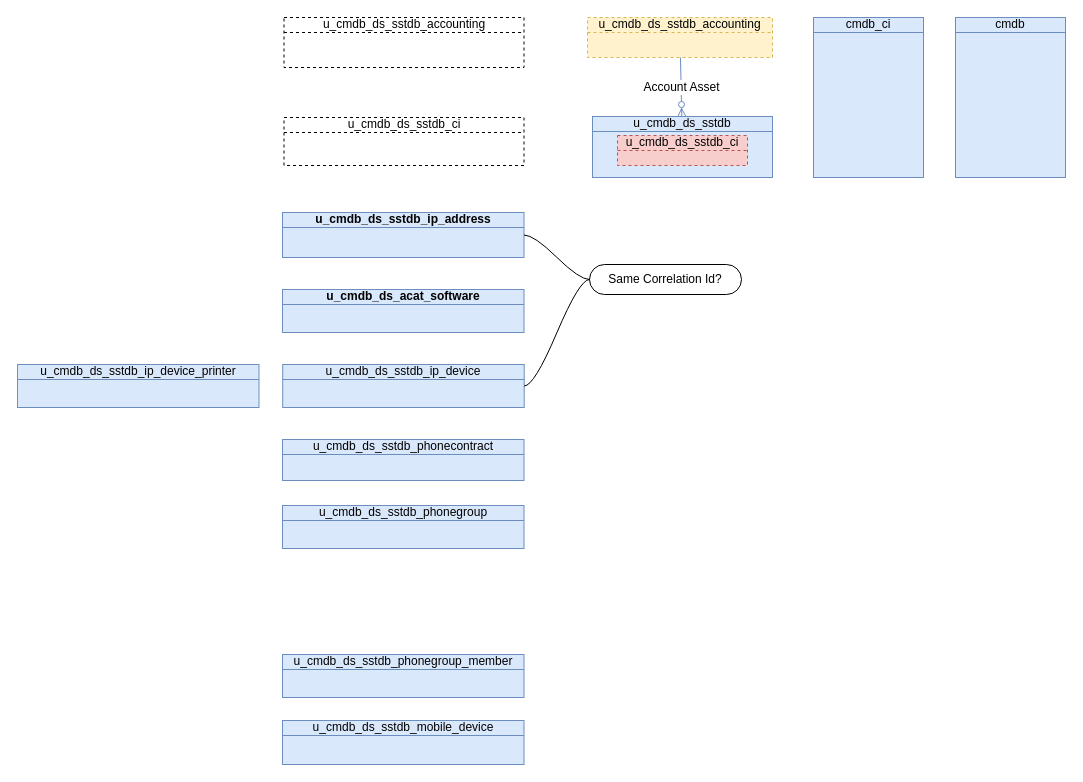
The draw.io diagram page "ToBe2" (7 of 10) of DBsERD.drawio in algimas/tmp, before the edit. Source tidied: cells renumbered, new cells numbered last; positions are measured from the earlier drawing's top-left corner, leaving out a move shared by most shapes. Both pictures are drawn from the tidied source at 100%, with x=0, y=0 at pixel (17, 17).
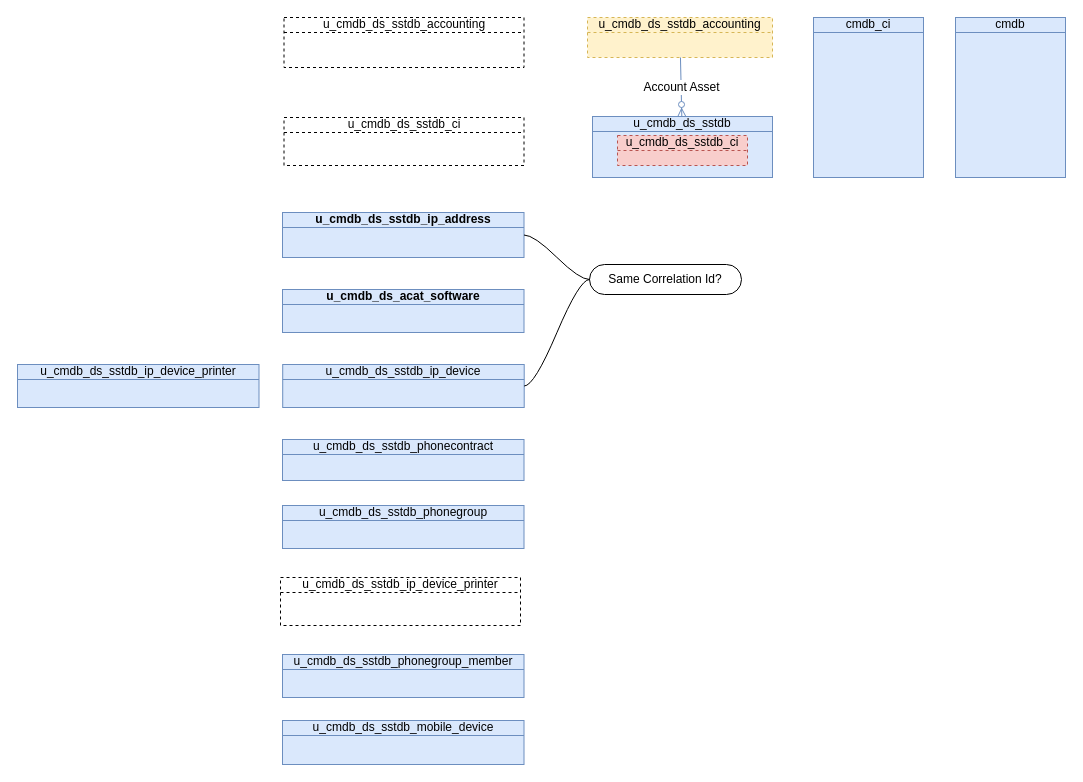
After the change.

Diff of the diagram source:
```diff
@@
+    <mxCell id="21" value="u_cmdb_ds_sstdb_ip_device_printer" style="html=1;whiteSpace=wrap;shape=mxgraph.archimate3.businessObject;overflow=fill;dashed=1;" parent="1" vertex="1">
+      <mxGeometry x="263" y="560" width="240" height="48" as="geometry" />
+    </mxCell>
```
